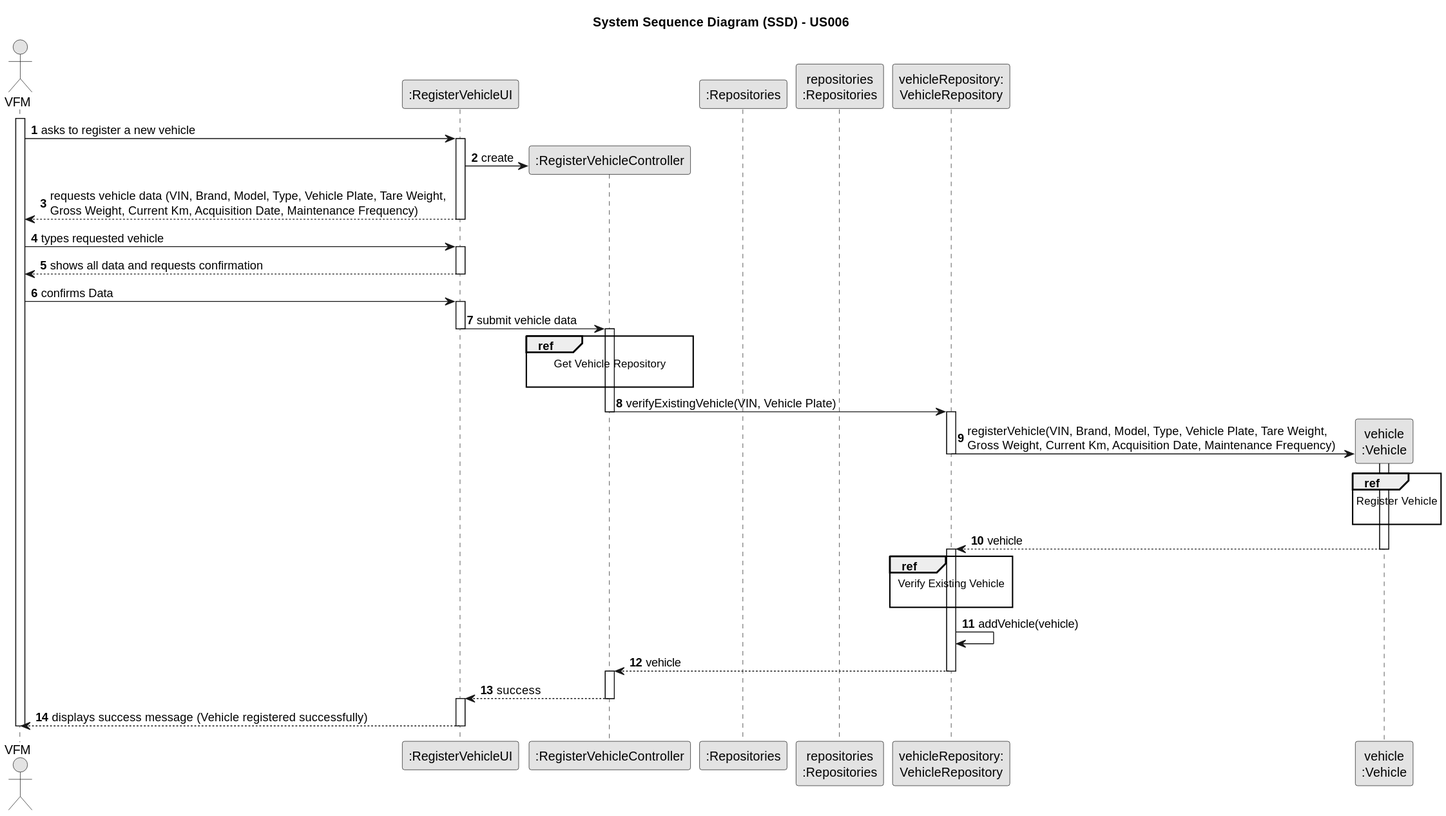
This is docs/sprintB/us006/03.design/svg/us006-sequence-diagram-split.svg from ricardomm7/leaflink, a PlantUML export, as it was before one commit.
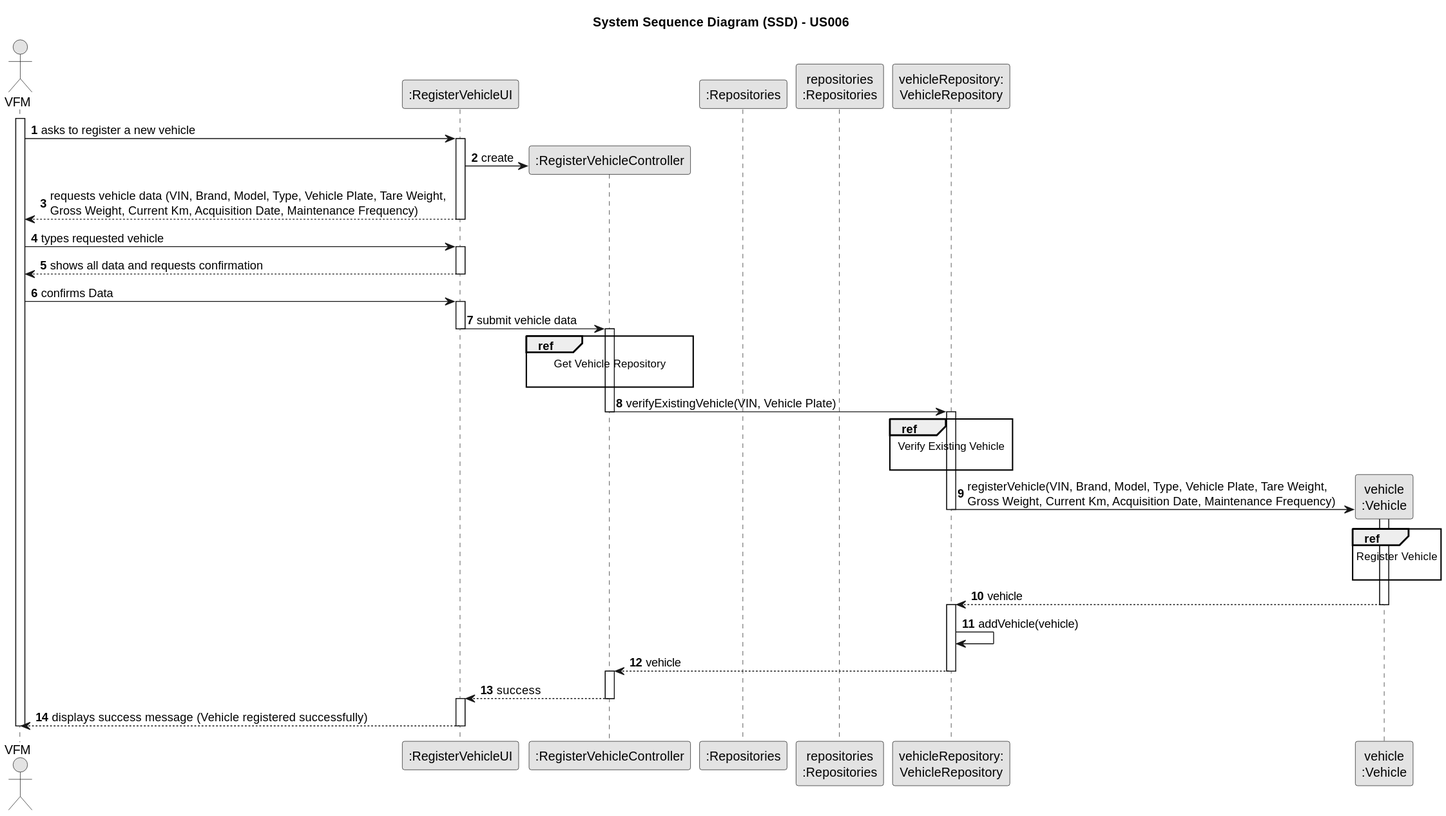
After the commit.

The edit, as a diff of the source:
```diff
@@ -48,7 +48,10 @@
 
             activate VehicleRepository
 
+        ref over VehicleRepository
+                                                                            Verify Existing Vehicle
 
+                                                                        end ref
 
 
             VehicleRepository -> VEI **: registerVehicle(VIN, Brand, Model, Type, Vehicle Plate, Tare Weight, \nGross Weight, Current Km, Acquisition Date, Maintenance Frequency)
@@ -65,10 +68,7 @@
             deactivate VEI
             activate VehicleRepository
 
-            ref over VehicleRepository
-                                                                    Verify Existing Vehicle
 
-                                                                end ref
 
 
             VehicleRepository -> VehicleRepository: addVehicle(vehicle)
```
